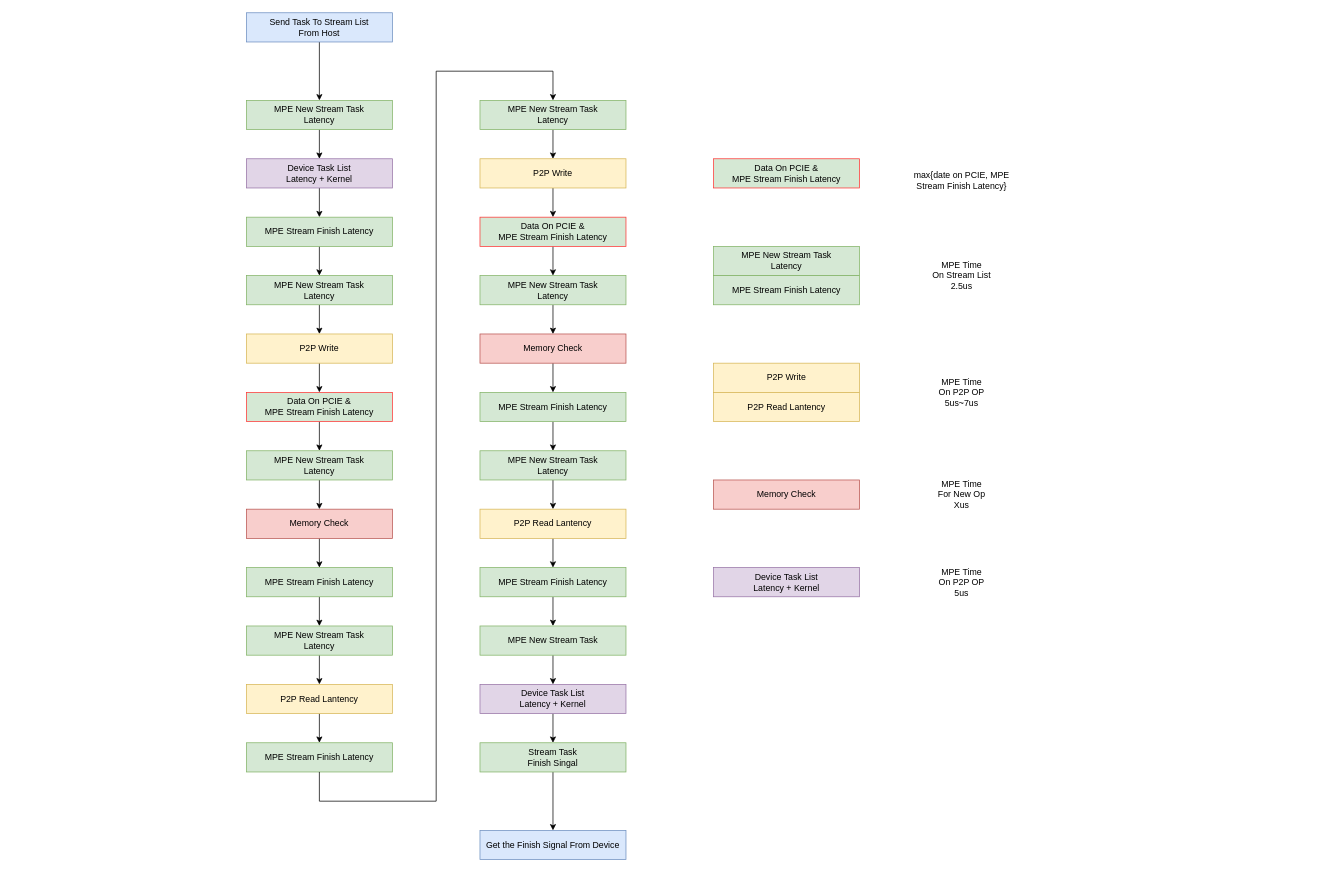
BEYHHH/SBLP keeps this draw.io diagram as TCCL/TCCL_SYNC/DeviceSyncLatencyAnalysis.drawio. Above is the earlier version. Source tidied: cells renumbered, new cells numbered last; positions are measured from the earlier drawing's top-left corner, leaving out a move shared by most shapes. Both pictures are drawn from the tidied source at 73%, with x=0, y=0 at pixel (246, 12).
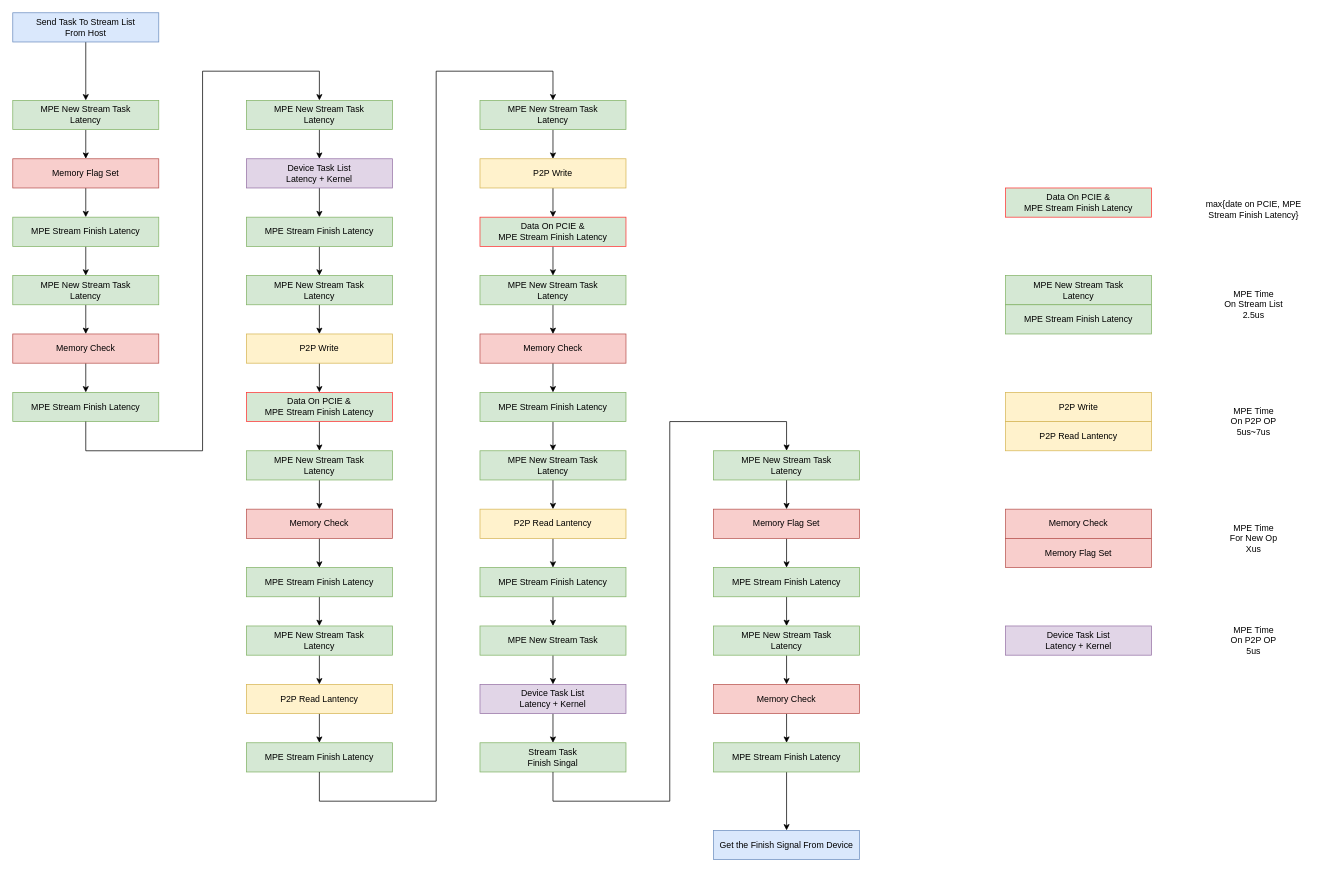
After the change.

The change refers to these unchanged cells:
```xml
<mxCell id="23" value="MPE New Stream Task&lt;br style=&quot;border-color: var(--border-color);&quot;&gt;Latency" style="rounded=0;whiteSpace=wrap;html=1;fillColor=#d5e8d4;strokeColor=#82b366;" parent="1" vertex="1">
  <mxGeometry y="120" width="200" height="40" as="geometry" />
</mxCell>
<mxCell id="46" value="Stream Task &lt;br&gt;Finish Singal" style="rounded=0;whiteSpace=wrap;html=1;fillColor=#d5e8d4;strokeColor=#82b366;" parent="1" vertex="1">
  <mxGeometry x="320" y="1000" width="200" height="40" as="geometry" />
</mxCell>
```

Diff of the diagram source:
```diff
@@
-    <mxCell id="45" style="edgeStyle=orthogonalEdgeStyle;rounded=0;jettySize=auto;html=1;" parent="1" edge="1" source="46" target="51">
-      <mxGeometry relative="1" as="geometry" />
-    </mxCell>
@@
-    <mxCell id="49" style="edgeStyle=orthogonalEdgeStyle;rounded=0;jettySize=auto;html=1;" parent="1" edge="1" source="50" target="23">
-      <mxGeometry relative="1" as="geometry" />
-    </mxCell>
+    <mxCell id="65" style="edgeStyle=orthogonalEdgeStyle;rounded=0;jettySize=auto;html=1;" parent="1" edge="1" source="50" target="69">
+      <mxGeometry relative="1" as="geometry" />
+    </mxCell>
     <mxCell id="50" value="Send Task To Stream List&lt;br&gt;From Host" style="rounded=0;whiteSpace=wrap;html=1;fillColor=#dae8fc;strokeColor=#6c8ebf;" parent="1" vertex="1">
-      <mxGeometry width="200" height="40" as="geometry" />
+      <mxGeometry x="-320" width="200" height="40" as="geometry" />
     </mxCell>
     <mxCell id="51" value="Get the Finish Signal From Device" style="rounded=0;whiteSpace=wrap;html=1;fillColor=#dae8fc;strokeColor=#6c8ebf;" parent="1" vertex="1">
-      <mxGeometry x="320" y="1120" width="200" height="40" as="geometry" />
+      <mxGeometry x="640" y="1120" width="200" height="40" as="geometry" />
     </mxCell>
@@
     <mxCell id="53" value="Data On PCIE &amp;amp; &lt;br&gt;MPE Stream Finish Latency" style="rounded=0;whiteSpace=wrap;html=1;fillColor=#d5e8d4;strokeColor=#FF3333;" parent="1" vertex="1">
-      <mxGeometry x="640" y="200" width="200" height="40" as="geometry" />
+      <mxGeometry x="1040" y="240" width="200" height="40" as="geometry" />
     </mxCell>
     <mxCell id="54" value="max{date on PCIE, MPE Stream Finish Latency}" style="text;html=1;strokeColor=none;fillColor=none;align=center;verticalAlign=middle;whiteSpace=wrap;rounded=0;" parent="1" vertex="1">
-      <mxGeometry x="900" y="200" width="160" height="60" as="geometry" />
+      <mxGeometry x="1300" y="240" width="160" height="60" as="geometry" />
     </mxCell>
     <mxCell id="55" value="MPE New Stream Task&lt;br style=&quot;border-color: var(--border-color);&quot;&gt;Latency" style="rounded=0;whiteSpace=wrap;html=1;fillColor=#d5e8d4;strokeColor=#82b366;" parent="1" vertex="1">
-      <mxGeometry x="640" y="320" width="200" height="40" as="geometry" />
+      <mxGeometry x="1040" y="360" width="200" height="40" as="geometry" />
     </mxCell>
     <mxCell id="56" value="MPE Time &lt;br&gt;On Stream List&lt;br&gt;2.5us" style="text;html=1;strokeColor=none;fillColor=none;align=center;verticalAlign=middle;whiteSpace=wrap;rounded=0;" parent="1" vertex="1">
-      <mxGeometry x="920" y="340" width="120" height="40" as="geometry" />
+      <mxGeometry x="1320" y="380" width="120" height="40" as="geometry" />
     </mxCell>
     <mxCell id="57" value="MPE Stream Finish Latency" style="rounded=0;whiteSpace=wrap;html=1;fillColor=#d5e8d4;strokeColor=#82b366;" parent="1" vertex="1">
-      <mxGeometry x="640" y="360" width="200" height="40" as="geometry" />
+      <mxGeometry x="1040" y="400" width="200" height="40" as="geometry" />
     </mxCell>
     <mxCell id="58" value="P2P Write" style="rounded=0;whiteSpace=wrap;html=1;fillColor=#fff2cc;strokeColor=#d6b656;" parent="1" vertex="1">
-      <mxGeometry x="640" y="480" width="200" height="40" as="geometry" />
+      <mxGeometry x="1040" y="520" width="200" height="40" as="geometry" />
     </mxCell>
     <mxCell id="59" value="MPE Time &lt;br&gt;On P2P OP&lt;br&gt;5us~7us" style="text;html=1;strokeColor=none;fillColor=none;align=center;verticalAlign=middle;whiteSpace=wrap;rounded=0;" parent="1" vertex="1">
-      <mxGeometry x="920" y="500" width="120" height="40" as="geometry" />
+      <mxGeometry x="1320" y="540" width="120" height="40" as="geometry" />
     </mxCell>
     <mxCell id="60" value="Memory Check" style="rounded=0;whiteSpace=wrap;html=1;fillColor=#f8cecc;strokeColor=#b85450;" parent="1" vertex="1">
-      <mxGeometry x="640" y="640" width="200" height="40" as="geometry" />
+      <mxGeometry x="1040" y="680" width="200" height="40" as="geometry" />
     </mxCell>
     <mxCell id="61" value="MPE Time &lt;br&gt;For New Op&lt;br&gt;Xus" style="text;html=1;strokeColor=none;fillColor=none;align=center;verticalAlign=middle;whiteSpace=wrap;rounded=0;" parent="1" vertex="1">
-      <mxGeometry x="920" y="640" width="120" height="40" as="geometry" />
+      <mxGeometry x="1320" y="700" width="120" height="40" as="geometry" />
     </mxCell>
     <mxCell id="62" value="MPE Time &lt;br&gt;On P2P OP &lt;br&gt;5us" style="text;html=1;strokeColor=none;fillColor=none;align=center;verticalAlign=middle;whiteSpace=wrap;rounded=0;" parent="1" vertex="1">
-      <mxGeometry x="920" y="760" width="120" height="40" as="geometry" />
+      <mxGeometry x="1320" y="840" width="120" height="40" as="geometry" />
     </mxCell>
     <mxCell id="63" value="P2P Read Lantency" style="rounded=0;whiteSpace=wrap;html=1;fillColor=#fff2cc;strokeColor=#d6b656;" parent="1" vertex="1">
-      <mxGeometry x="640" y="520" width="200" height="40" as="geometry" />
+      <mxGeometry x="1040" y="560" width="200" height="40" as="geometry" />
     </mxCell>
     <mxCell id="64" value="Device Task List&lt;br&gt;Latency + Kernel" style="rounded=0;whiteSpace=wrap;html=1;fillColor=#e1d5e7;strokeColor=#9673a6;" parent="1" vertex="1">
-      <mxGeometry x="640" y="760" width="200" height="40" as="geometry" />
+      <mxGeometry x="1040" y="840" width="200" height="40" as="geometry" />
     </mxCell>
+    <mxCell id="66" style="edgeStyle=orthogonalEdgeStyle;rounded=0;jettySize=auto;html=1;" parent="1" edge="1" source="67" target="71">
+      <mxGeometry relative="1" as="geometry" />
+    </mxCell>
+    <mxCell id="67" value="Memory Flag Set" style="rounded=0;whiteSpace=wrap;html=1;fillColor=#f8cecc;strokeColor=#b85450;" parent="1" vertex="1">
+      <mxGeometry x="-320" y="200" width="200" height="40" as="geometry" />
+    </mxCell>
+    <mxCell id="68" style="edgeStyle=orthogonalEdgeStyle;rounded=0;jettySize=auto;html=1;" parent="1" edge="1" source="69" target="67">
+      <mxGeometry relative="1" as="geometry" />
+    </mxCell>
+    <mxCell id="69" value="MPE New Stream Task&lt;br style=&quot;border-color: var(--border-color);&quot;&gt;Latency" style="rounded=0;whiteSpace=wrap;html=1;fillColor=#d5e8d4;strokeColor=#82b366;" parent="1" vertex="1">
+      <mxGeometry x="-320" y="120" width="200" height="40" as="geometry" />
+    </mxCell>
+    <mxCell id="70" style="edgeStyle=orthogonalEdgeStyle;rounded=0;jettySize=auto;html=1;" parent="1" edge="1" source="71" target="75">
+      <mxGeometry relative="1" as="geometry" />
+    </mxCell>
+    <mxCell id="71" value="MPE Stream Finish Latency" style="rounded=0;whiteSpace=wrap;html=1;fillColor=#d5e8d4;strokeColor=#82b366;" parent="1" vertex="1">
+      <mxGeometry x="-320" y="280" width="200" height="40" as="geometry" />
+    </mxCell>
+    <mxCell id="72" style="edgeStyle=orthogonalEdgeStyle;rounded=0;jettySize=auto;html=1;" parent="1" edge="1" source="73" target="76">
+      <mxGeometry relative="1" as="geometry" />
+    </mxCell>
+    <mxCell id="73" value="Memory Check" style="rounded=0;whiteSpace=wrap;html=1;fillColor=#f8cecc;strokeColor=#b85450;" parent="1" vertex="1">
+      <mxGeometry x="-320" y="440" width="200" height="40" as="geometry" />
+    </mxCell>
+    <mxCell id="74" style="edgeStyle=orthogonalEdgeStyle;rounded=0;jettySize=auto;html=1;" parent="1" edge="1" source="75" target="73">
+      <mxGeometry relative="1" as="geometry" />
+    </mxCell>
+    <mxCell id="75" value="MPE New Stream Task&lt;br style=&quot;border-color: var(--border-color);&quot;&gt;Latency" style="rounded=0;whiteSpace=wrap;html=1;fillColor=#d5e8d4;strokeColor=#82b366;" parent="1" vertex="1">
+      <mxGeometry x="-320" y="360" width="200" height="40" as="geometry" />
+    </mxCell>
+    <mxCell id="76" value="MPE Stream Finish Latency" style="rounded=0;whiteSpace=wrap;html=1;fillColor=#d5e8d4;strokeColor=#82b366;" parent="1" vertex="1">
+      <mxGeometry x="-320" y="520" width="200" height="40" as="geometry" />
+    </mxCell>
+    <mxCell id="77" style="endArrow=classic;html=1;rounded=0;exitX=0.5;exitY=1;exitDx=0;exitDy=0;entryX=0.5;entryY=0;entryDx=0;entryDy=0;" parent="1" edge="1" source="76" target="23">
+      <mxGeometry relative="1" as="geometry">
+        <Array as="points">
+          <mxPoint x="-220" y="600" />
+          <mxPoint x="-60" y="600" />
+          <mxPoint x="-60" y="80" />
+          <mxPoint x="100" y="80" />
+        </Array>
+      </mxGeometry>
+    </mxCell>
+    <mxCell id="78" value="Memory Flag Set" style="rounded=0;whiteSpace=wrap;html=1;fillColor=#f8cecc;strokeColor=#b85450;" parent="1" vertex="1">
+      <mxGeometry x="1040" y="720" width="200" height="40" as="geometry" />
+    </mxCell>
+    <mxCell id="79" style="edgeStyle=orthogonalEdgeStyle;rounded=0;jettySize=auto;html=1;" parent="1" edge="1" source="80" target="84">
+      <mxGeometry relative="1" as="geometry" />
+    </mxCell>
+    <mxCell id="80" value="Memory Flag Set" style="rounded=0;whiteSpace=wrap;html=1;fillColor=#f8cecc;strokeColor=#b85450;" parent="1" vertex="1">
+      <mxGeometry x="640" y="680" width="200" height="40" as="geometry" />
+    </mxCell>
+    <mxCell id="81" style="edgeStyle=orthogonalEdgeStyle;rounded=0;jettySize=auto;html=1;" parent="1" edge="1" source="82" target="80">
+      <mxGeometry relative="1" as="geometry" />
+    </mxCell>
+    <mxCell id="82" value="MPE New Stream Task&lt;br style=&quot;border-color: var(--border-color);&quot;&gt;Latency" style="rounded=0;whiteSpace=wrap;html=1;fillColor=#d5e8d4;strokeColor=#82b366;" parent="1" vertex="1">
+      <mxGeometry x="640" y="600" width="200" height="40" as="geometry" />
+    </mxCell>
+    <mxCell id="83" style="edgeStyle=orthogonalEdgeStyle;rounded=0;jettySize=auto;html=1;" parent="1" edge="1" source="84" target="88">
+      <mxGeometry relative="1" as="geometry" />
+    </mxCell>
+    <mxCell id="84" value="MPE Stream Finish Latency" style="rounded=0;whiteSpace=wrap;html=1;fillColor=#d5e8d4;strokeColor=#82b366;" parent="1" vertex="1">
+      <mxGeometry x="640" y="760" width="200" height="40" as="geometry" />
+    </mxCell>
+    <mxCell id="85" style="edgeStyle=orthogonalEdgeStyle;rounded=0;jettySize=auto;html=1;" parent="1" edge="1" source="86" target="90">
+      <mxGeometry relative="1" as="geometry" />
+    </mxCell>
+    <mxCell id="86" value="Memory Check" style="rounded=0;whiteSpace=wrap;html=1;fillColor=#f8cecc;strokeColor=#b85450;" parent="1" vertex="1">
+      <mxGeometry x="640" y="920" width="200" height="40" as="geometry" />
+    </mxCell>
+    <mxCell id="87" style="edgeStyle=orthogonalEdgeStyle;rounded=0;jettySize=auto;html=1;" parent="1" edge="1" source="88" target="86">
+      <mxGeometry relative="1" as="geometry" />
+    </mxCell>
+    <mxCell id="88" value="MPE New Stream Task&lt;br style=&quot;border-color: var(--border-color);&quot;&gt;Latency" style="rounded=0;whiteSpace=wrap;html=1;fillColor=#d5e8d4;strokeColor=#82b366;" parent="1" vertex="1">
+      <mxGeometry x="640" y="840" width="200" height="40" as="geometry" />
+    </mxCell>
+    <mxCell id="89" style="edgeStyle=orthogonalEdgeStyle;rounded=0;jettySize=auto;html=1;" parent="1" edge="1" source="90" target="51">
+      <mxGeometry relative="1" as="geometry" />
+    </mxCell>
+    <mxCell id="90" value="MPE Stream Finish Latency" style="rounded=0;whiteSpace=wrap;html=1;fillColor=#d5e8d4;strokeColor=#82b366;" parent="1" vertex="1">
+      <mxGeometry x="640" y="1000" width="200" height="40" as="geometry" />
+    </mxCell>
+    <mxCell id="91" style="endArrow=classic;html=1;rounded=0;exitX=0.5;exitY=1;exitDx=0;exitDy=0;entryX=0.5;entryY=0;entryDx=0;entryDy=0;" parent="1" edge="1" source="46" target="82">
+      <mxGeometry relative="1" as="geometry">
+        <Array as="points">
+          <mxPoint x="420" y="1080" />
+          <mxPoint x="580" y="1080" />
+          <mxPoint x="580" y="560" />
+          <mxPoint x="740" y="560" />
+        </Array>
+      </mxGeometry>
+    </mxCell>
```
